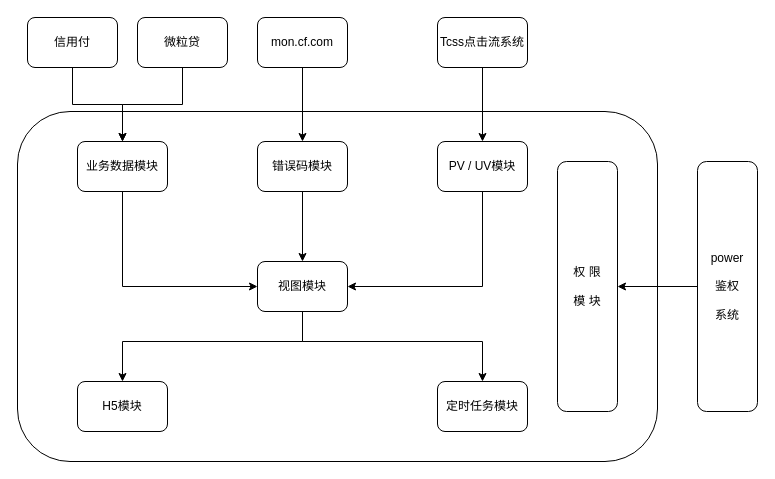
Above: 守夜人整体架构设计.drawio in GGGGeorge-gao/image (draw.io), before the change. Source tidied: cells renumbered, new cells numbered last; positions are measured from the earlier drawing's top-left corner, leaving out a move shared by most shapes. Both pictures are drawn from the tidied source at 100%, with x=0, y=0 at pixel (17, 17).
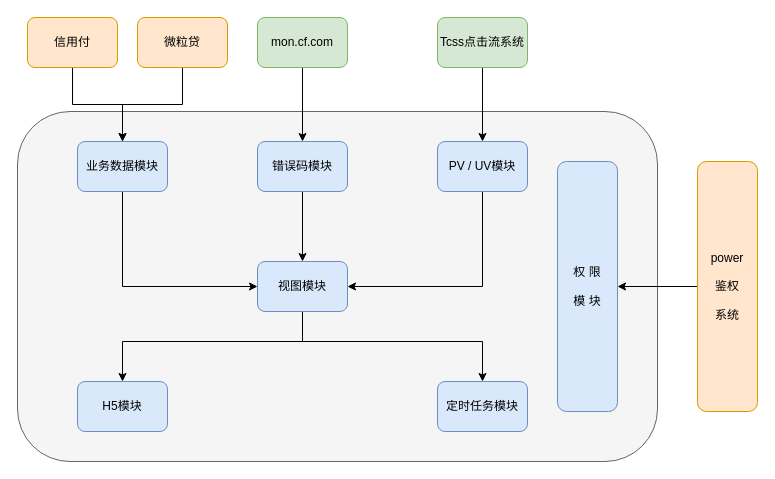
Above is the later version.

Commit message:
Update 守夜人整体架构设计.drawio

The edit, as a diff of the source:
```diff
@@
-    <mxCell id="2" style="rounded=1;whiteSpace=wrap;html=1;" parent="1" vertex="1">
+    <mxCell id="2" style="rounded=1;whiteSpace=wrap;html=1;fillColor=#f5f5f5;strokeColor=#666666;fontColor=#333333;" parent="1" vertex="1">
       <mxGeometry y="94" width="640" height="350" as="geometry" />
     </mxCell>
@@
-    <mxCell id="5" value="视图模块" style="rounded=1;whiteSpace=wrap;html=1;" parent="1" vertex="1">
+    <mxCell id="5" value="视图模块" style="rounded=1;whiteSpace=wrap;html=1;fillColor=#dae8fc;strokeColor=#6c8ebf;" parent="1" vertex="1">
       <mxGeometry x="240" y="244" width="90" height="50" as="geometry" />
     </mxCell>
@@
-    <mxCell id="7" value="错误码模块" style="rounded=1;whiteSpace=wrap;html=1;" parent="1" vertex="1">
+    <mxCell id="7" value="错误码模块" style="rounded=1;whiteSpace=wrap;html=1;fillColor=#dae8fc;strokeColor=#6c8ebf;" parent="1" vertex="1">
       <mxGeometry x="240" y="124" width="90" height="50" as="geometry" />
     </mxCell>
@@
-    <mxCell id="9" value="业务数据模块" style="rounded=1;whiteSpace=wrap;html=1;" parent="1" vertex="1">
+    <mxCell id="9" value="业务数据模块" style="rounded=1;whiteSpace=wrap;html=1;fillColor=#dae8fc;strokeColor=#6c8ebf;" parent="1" vertex="1">
       <mxGeometry x="60" y="124" width="90" height="50" as="geometry" />
     </mxCell>
@@
-    <mxCell id="11" value="PV / UV模块" style="rounded=1;whiteSpace=wrap;html=1;" parent="1" vertex="1">
+    <mxCell id="11" value="PV / UV模块" style="rounded=1;whiteSpace=wrap;html=1;fillColor=#dae8fc;strokeColor=#6c8ebf;" parent="1" vertex="1">
       <mxGeometry x="420" y="124" width="90" height="50" as="geometry" />
     </mxCell>
-    <mxCell id="12" value="H5模块" style="rounded=1;whiteSpace=wrap;html=1;" parent="1" vertex="1">
+    <mxCell id="12" value="H5模块" style="rounded=1;whiteSpace=wrap;html=1;fillColor=#dae8fc;strokeColor=#6c8ebf;" parent="1" vertex="1">
       <mxGeometry x="60" y="364" width="90" height="50" as="geometry" />
     </mxCell>
-    <mxCell id="13" value="定时任务模块" style="rounded=1;whiteSpace=wrap;html=1;" parent="1" vertex="1">
+    <mxCell id="13" value="定时任务模块" style="rounded=1;whiteSpace=wrap;html=1;fillColor=#dae8fc;strokeColor=#6c8ebf;" parent="1" vertex="1">
       <mxGeometry x="420" y="364" width="90" height="50" as="geometry" />
     </mxCell>
@@
-    <mxCell id="15" value="信用付" style="rounded=1;whiteSpace=wrap;html=1;" parent="1" vertex="1">
+    <mxCell id="15" value="信用付" style="rounded=1;whiteSpace=wrap;html=1;fillColor=#ffe6cc;strokeColor=#d79b00;" parent="1" vertex="1">
       <mxGeometry x="10" width="90" height="50" as="geometry" />
     </mxCell>
@@
-    <mxCell id="17" value="微粒贷" style="rounded=1;whiteSpace=wrap;html=1;" parent="1" vertex="1">
+    <mxCell id="17" value="微粒贷" style="rounded=1;whiteSpace=wrap;html=1;fillColor=#ffe6cc;strokeColor=#d79b00;" parent="1" vertex="1">
       <mxGeometry x="120" width="90" height="50" as="geometry" />
     </mxCell>
@@
-    <mxCell id="19" value="mon.cf.com" style="rounded=1;whiteSpace=wrap;html=1;" parent="1" vertex="1">
+    <mxCell id="19" value="mon.cf.com" style="rounded=1;whiteSpace=wrap;html=1;fillColor=#d5e8d4;strokeColor=#82b366;" parent="1" vertex="1">
       <mxGeometry x="240" width="90" height="50" as="geometry" />
     </mxCell>
@@
-    <mxCell id="21" value="Tcss点击流系统" style="rounded=1;whiteSpace=wrap;html=1;" parent="1" vertex="1">
+    <mxCell id="21" value="Tcss点击流系统" style="rounded=1;whiteSpace=wrap;html=1;fillColor=#d5e8d4;strokeColor=#82b366;" parent="1" vertex="1">
       <mxGeometry x="420" width="90" height="50" as="geometry" />
     </mxCell>
-    <mxCell id="22" value="权 限&lt;br&gt;&lt;br&gt;模 块" style="rounded=1;whiteSpace=wrap;html=1;" parent="1" vertex="1">
+    <mxCell id="22" value="权 限&lt;br&gt;&lt;br&gt;模 块" style="rounded=1;whiteSpace=wrap;html=1;fillColor=#dae8fc;strokeColor=#6c8ebf;" parent="1" vertex="1">
       <mxGeometry x="540" y="144" width="60" height="250" as="geometry" />
     </mxCell>
@@
-    <mxCell id="24" value="power&lt;br&gt;&lt;br&gt;鉴权&lt;br&gt;&lt;br&gt;系统" style="rounded=1;whiteSpace=wrap;html=1;" parent="1" vertex="1">
+    <mxCell id="24" value="power&lt;br&gt;&lt;br&gt;鉴权&lt;br&gt;&lt;br&gt;系统" style="rounded=1;whiteSpace=wrap;html=1;fillColor=#ffe6cc;strokeColor=#d79b00;" parent="1" vertex="1">
       <mxGeometry x="680" y="144" width="60" height="250" as="geometry" />
     </mxCell>
```
